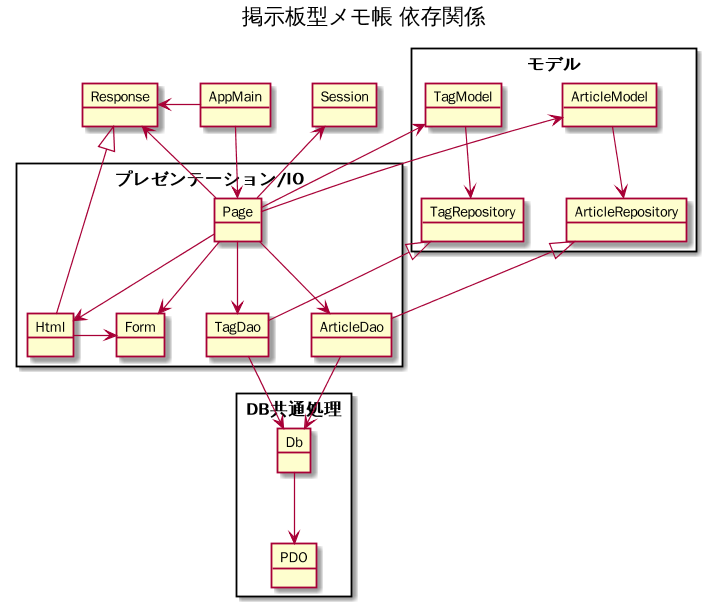
Earlier version of the PlantUML export doc/depends.png (nishimura/php-refactoring-sample).
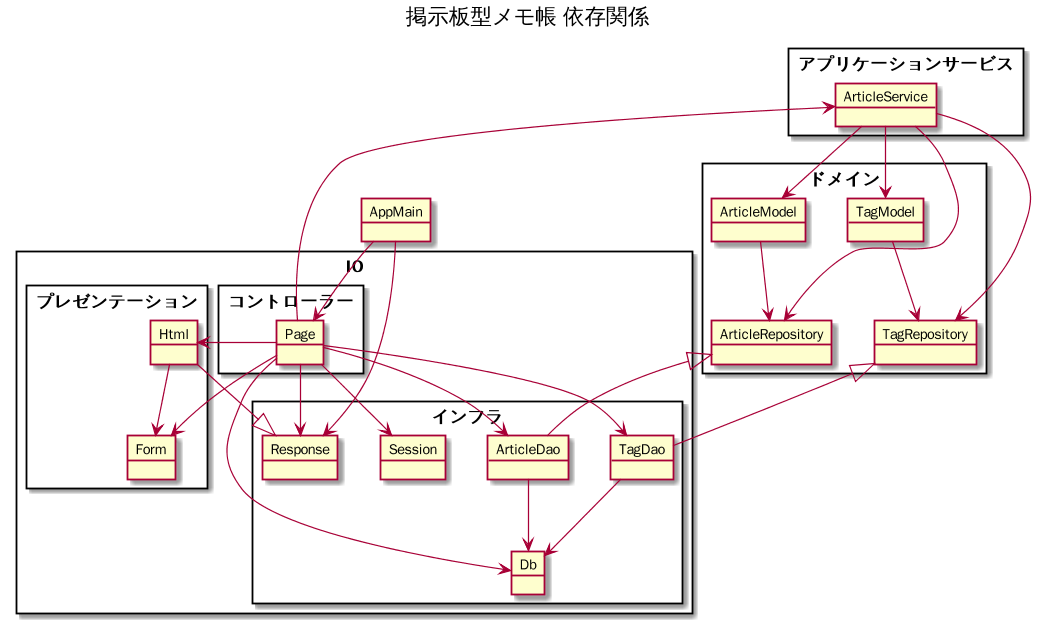
Later version of the same file.

Change to the diagram source:
```diff
@@ -6,13 +6,7 @@
 
 title 掲示板型メモ帳 依存関係
 
-package DB共通処理 {
-  object PDO {
-  }
-  object Db {
-  }
-}
-package モデル {
+package ドメイン {
   object ArticleModel {
   }
   object TagModel {
@@ -22,45 +16,61 @@
   object TagRepository {
   }
 }
-package プレゼンテーション/IO {
-  object Page {
+package アプリケーションサービス {
+  object ArticleService {
   }
-  object Html {
-  }
-  object Form {
+}
+
+package IO {
+package インフラ {
+  object Db {
   }
   object ArticleDao {
   }
   object TagDao {
   }
+  object Session {
+  }
+  object Response {
+  }
+}
+package コントローラー {
+  object Page {
+  }
+}
+package プレゼンテーション {
+  object Html {
+  }
+  object Form {
+  }
+}
+}
+object AppMain {
 }
 
-object AppMain {
-}
-object Response {
-}
-object Session {
-}
-
-AppMain -d-> Page
-Page --> Html
+AppMain --> Page
+Page -l-> Html
 Page --> Form
 Page --> ArticleDao
 Page --> TagDao
-Page -l-> ArticleModel
-Page -l-> TagModel
-Page -u-> Session
-Page -u-> Response
+ArticleService --> ArticleModel
+ArticleService --> TagModel
+Page --> ArticleService
+Page -r-> Session
+Page --> Response
+Page --> Db
 
-Db --> PDO
+ArticleService --> ArticleRepository
+ArticleService --> TagRepository
+
 ArticleDao --> Db
 TagDao --> Db
 ArticleRepository <|-- ArticleDao
 TagRepository <|-- TagDao
-Html -r-> Form
-Html -u-|> Response
+Html --> Form
+Html --|> Response
 ArticleModel --> ArticleRepository
 TagModel --> TagRepository
-AppMain -l-> Response
+AppMain --> Response
 
 @enduml
```
